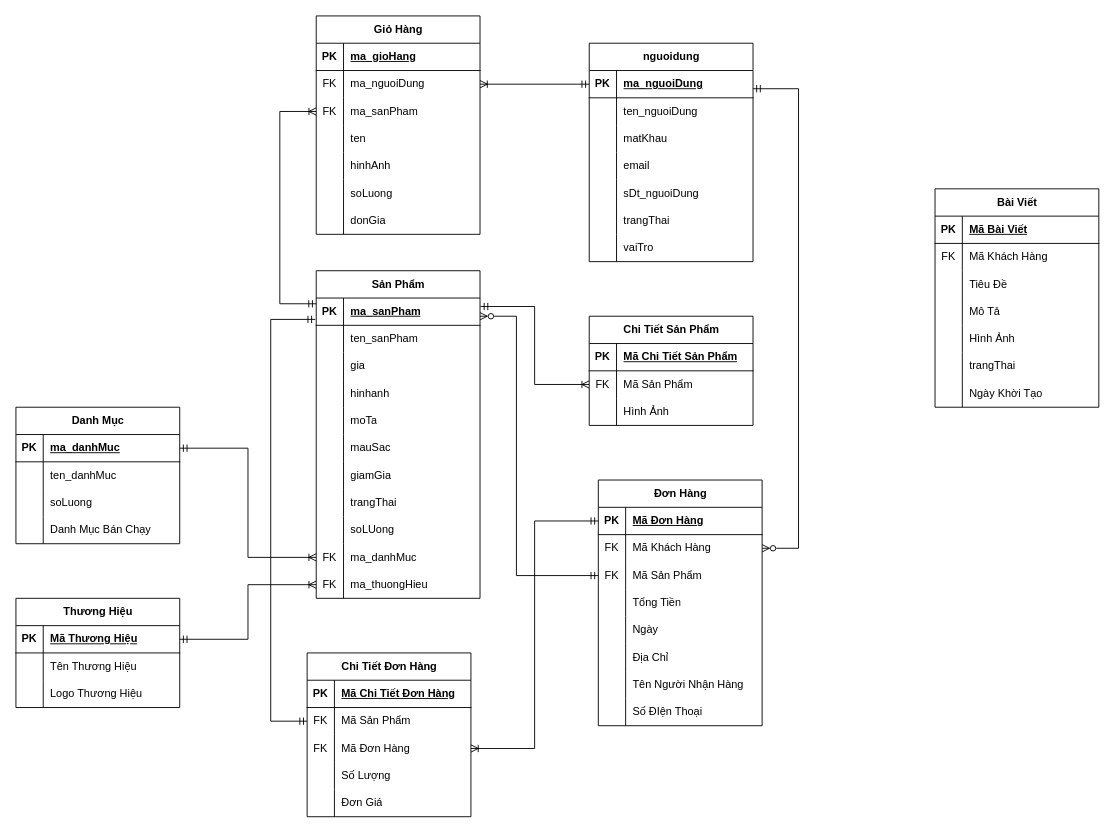
Earlier version of the draw.io diagram Untitled Diagram.drawio (Blion00/Blion00). Source tidied: cells renumbered, new cells numbered last; positions are measured from the earlier drawing's top-left corner, leaving out a move shared by most shapes. Both pictures are drawn from the tidied source at 91%, with x=0, y=0 at pixel (15, 15).
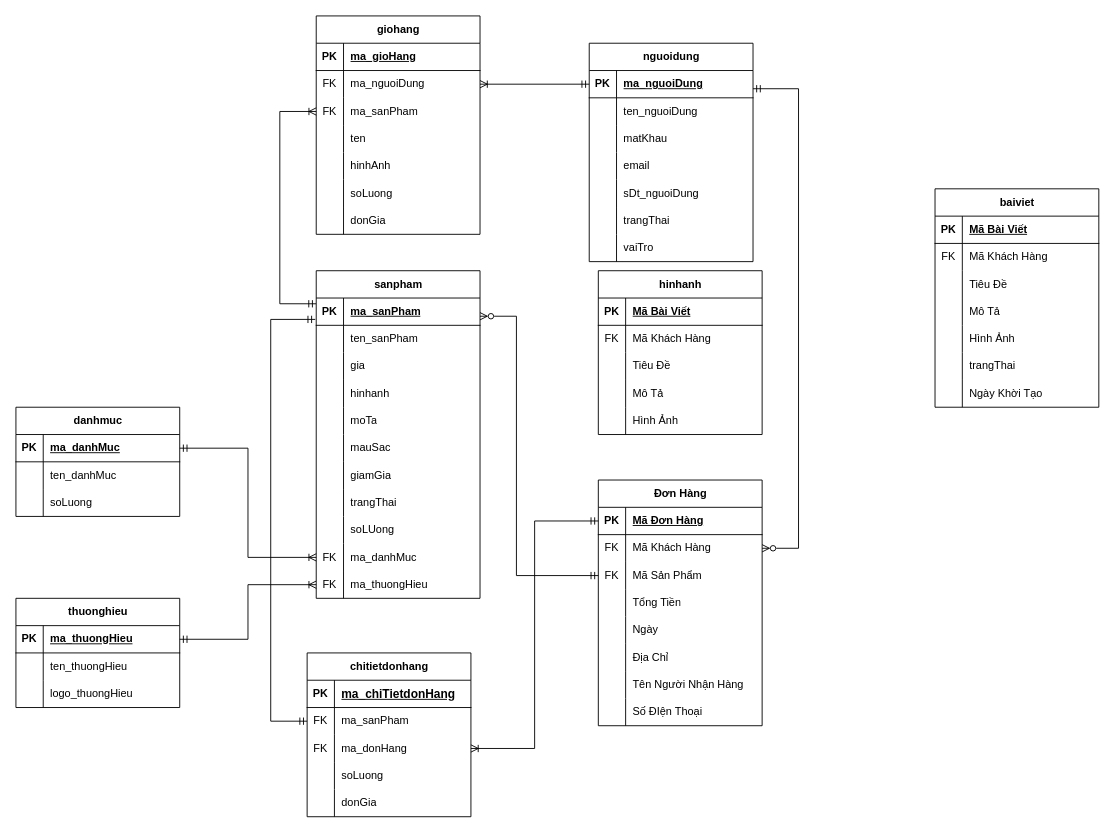
The same diagram, later.

The change refers to these unchanged cells:
```xml
<mxCell id="3" style="shape=tableRow;horizontal=0;startSize=0;swimlaneHead=0;swimlaneBody=0;fillColor=none;points=[[0,0.5],[1,0.5]];portConstraint=eastwest;top=0;left=0;right=0;bottom=1;" parent="2" vertex="1">
  <mxGeometry y="30" width="180" height="30" as="geometry" />
</mxCell>
<mxCell id="50" style="shape=tableRow;horizontal=0;startSize=0;swimlaneHead=0;swimlaneBody=0;fillColor=none;top=0;left=0;right=0;bottom=1;" parent="49" vertex="1">
  <mxGeometry y="30" width="180" height="30" as="geometry" />
</mxCell>
<mxCell id="53" style="shape=tableRow;horizontal=0;startSize=0;swimlaneHead=0;swimlaneBody=0;fillColor=none;points=[[0,0.5],[1,0.5]];portConstraint=eastwest;top=0;left=0;right=0;bottom=0;" parent="49" vertex="1">
  <mxGeometry y="60" width="180" height="30" as="geometry" />
</mxCell>
<mxCell id="56" style="shape=tableRow;horizontal=0;startSize=0;swimlaneHead=0;swimlaneBody=0;fillColor=none;points=[[0,0.5],[1,0.5]];portConstraint=eastwest;top=0;left=0;right=0;bottom=0;" parent="49" vertex="1">
  <mxGeometry y="90" width="180" height="30" as="geometry" />
</mxCell>
<mxCell id="59" style="shape=tableRow;horizontal=0;startSize=0;swimlaneHead=0;swimlaneBody=0;fillColor=none;top=0;left=0;right=0;bottom=0;" parent="49" vertex="1">
  <mxGeometry y="120" width="180" height="30" as="geometry" />
</mxCell>
<mxCell id="62" style="shape=tableRow;horizontal=0;startSize=0;swimlaneHead=0;swimlaneBody=0;fillColor=none;top=0;left=0;right=0;bottom=0;" parent="49" vertex="1">
  <mxGeometry y="150" width="180" height="30" as="geometry" />
</mxCell>
<mxCell id="162" style="shape=tableRow;horizontal=0;startSize=0;swimlaneHead=0;swimlaneBody=0;fillColor=none;points=[[0,0.5],[1,0.5]];portConstraint=eastwest;top=0;left=0;right=0;bottom=1;" parent="161" vertex="1">
  <mxGeometry y="30" width="180" height="30" as="geometry" />
</mxCell>
<mxCell id="165" style="shape=tableRow;horizontal=0;startSize=0;swimlaneHead=0;swimlaneBody=0;fillColor=none;top=0;left=0;right=0;bottom=0;" parent="161" vertex="1">
  <mxGeometry y="60" width="180" height="30" as="geometry" />
</mxCell>
<mxCell id="168" style="shape=tableRow;horizontal=0;startSize=0;swimlaneHead=0;swimlaneBody=0;fillColor=none;top=0;left=0;right=0;bottom=0;" parent="161" vertex="1">
  <mxGeometry y="90" width="180" height="30" as="geometry" />
</mxCell>
```

Change to the diagram source:
```diff
@@
-    <mxCell id="2" value="Sản Phẩm" style="shape=table;startSize=30;childLayout=tableLayout;rowLines=0;fontStyle=1;align=center;html=1;" parent="1" vertex="1">
+    <mxCell id="2" value="sanpham" style="shape=table;startSize=30;childLayout=tableLayout;rowLines=0;fontStyle=1;align=center;html=1;" parent="1" vertex="1">
       <mxGeometry x="330" y="280" width="180" height="360" as="geometry" />
     </mxCell>
@@
-    <mxCell id="36" value="Danh Mục" style="shape=table;startSize=30;childLayout=tableLayout;rowLines=0;fontStyle=1;align=center;html=1;" parent="1" vertex="1">
-      <mxGeometry y="430" width="180" height="150" as="geometry" />
+    <mxCell id="36" value="danhmuc" style="shape=table;startSize=30;childLayout=tableLayout;rowLines=0;fontStyle=1;align=center;html=1;" parent="1" vertex="1">
+      <mxGeometry y="430" width="180" height="120" as="geometry" />
     </mxCell>
@@
-    <mxCell id="46" style="shape=tableRow;horizontal=0;startSize=0;swimlaneHead=0;swimlaneBody=0;fillColor=none;top=0;left=0;right=0;bottom=0;" parent="36" vertex="1">
-      <mxGeometry y="120" width="180" height="30" as="geometry" />
-    </mxCell>
-    <mxCell id="47" style="shape=partialRectangle;fillColor=none;top=0;left=0;bottom=0;right=0;overflow=hidden;whiteSpace=wrap;html=1;" parent="46" vertex="1">
-      <mxGeometry width="30" height="30" as="geometry" />
-    </mxCell>
-    <mxCell id="48" value="Danh Mục Bán Chạy" style="shape=partialRectangle;fillColor=none;top=0;left=0;bottom=0;right=0;align=left;spacingLeft=6;overflow=hidden;whiteSpace=wrap;html=1;" parent="46" vertex="1">
-      <mxGeometry x="30" width="150" height="30" as="geometry" />
-    </mxCell>
-    <mxCell id="49" value="Chi Tiết Đơn Hàng" style="shape=table;startSize=30;childLayout=tableLayout;rowLines=0;fontStyle=1;align=center;html=1;" parent="1" vertex="1">
+    <mxCell id="49" value="chitietdonhang" style="shape=table;startSize=30;childLayout=tableLayout;rowLines=0;fontStyle=1;align=center;html=1;" parent="1" vertex="1">
       <mxGeometry x="320" y="700" width="180" height="180" as="geometry" />
     </mxCell>
@@
-    <mxCell id="52" value="Mã Chi Tiết Đơn Hàng" style="shape=partialRectangle;fillColor=none;top=0;left=0;bottom=0;right=0;align=left;spacingLeft=6;fontStyle=5;overflow=hidden;whiteSpace=wrap;html=1;" parent="50" vertex="1">
+    <mxCell id="52" value="&lt;span style=&quot;font-family: sans-serif; font-size: 13.12px; text-wrap-mode: nowrap; background-color: rgb(255, 255, 255);&quot;&gt;ma_chiTietdonHang&lt;/span&gt;" style="shape=partialRectangle;fillColor=none;top=0;left=0;bottom=0;right=0;align=left;spacingLeft=6;fontStyle=5;overflow=hidden;whiteSpace=wrap;html=1;" parent="50" vertex="1">
       <mxGeometry x="30" width="150" height="30" as="geometry" />
     </mxCell>
@@
-    <mxCell id="55" value="Mã Sản Phẩm" style="shape=partialRectangle;fillColor=none;top=0;left=0;bottom=0;right=0;align=left;spacingLeft=6;overflow=hidden;whiteSpace=wrap;html=1;" parent="53" vertex="1">
+    <mxCell id="55" value="ma_sanPham" style="shape=partialRectangle;fillColor=none;top=0;left=0;bottom=0;right=0;align=left;spacingLeft=6;overflow=hidden;whiteSpace=wrap;html=1;" parent="53" vertex="1">
       <mxGeometry x="30" width="150" height="30" as="geometry" />
     </mxCell>
@@
-    <mxCell id="58" value="Mã Đơn Hàng" style="shape=partialRectangle;fillColor=none;top=0;left=0;bottom=0;right=0;align=left;spacingLeft=6;overflow=hidden;whiteSpace=wrap;html=1;" parent="56" vertex="1">
+    <mxCell id="58" value="ma_donHang" style="shape=partialRectangle;fillColor=none;top=0;left=0;bottom=0;right=0;align=left;spacingLeft=6;overflow=hidden;whiteSpace=wrap;html=1;" parent="56" vertex="1">
       <mxGeometry x="30" width="150" height="30" as="geometry" />
     </mxCell>
@@
-    <mxCell id="61" value="Số Lượng" style="shape=partialRectangle;fillColor=none;top=0;left=0;bottom=0;right=0;align=left;spacingLeft=6;overflow=hidden;whiteSpace=wrap;html=1;" parent="59" vertex="1">
+    <mxCell id="61" value="soLuong" style="shape=partialRectangle;fillColor=none;top=0;left=0;bottom=0;right=0;align=left;spacingLeft=6;overflow=hidden;whiteSpace=wrap;html=1;" parent="59" vertex="1">
       <mxGeometry x="30" width="150" height="30" as="geometry" />
     </mxCell>
@@
-    <mxCell id="64" value="Đơn Giá" style="shape=partialRectangle;fillColor=none;top=0;left=0;bottom=0;right=0;align=left;spacingLeft=6;overflow=hidden;whiteSpace=wrap;html=1;" parent="62" vertex="1">
+    <mxCell id="64" value="donGia" style="shape=partialRectangle;fillColor=none;top=0;left=0;bottom=0;right=0;align=left;spacingLeft=6;overflow=hidden;whiteSpace=wrap;html=1;" parent="62" vertex="1">
       <mxGeometry x="30" width="150" height="30" as="geometry" />
     </mxCell>
@@
-    <mxCell id="87" value="Giỏ Hàng" style="shape=table;startSize=30;childLayout=tableLayout;rowLines=0;fontStyle=1;align=center;html=1;" parent="1" vertex="1">
+    <mxCell id="87" value="giohang" style="shape=table;startSize=30;childLayout=tableLayout;rowLines=0;fontStyle=1;align=center;html=1;" parent="1" vertex="1">
       <mxGeometry x="330" width="180" height="240" as="geometry" />
     </mxCell>
@@
-    <mxCell id="139" value="Bài Viết" style="shape=table;startSize=30;childLayout=tableLayout;rowLines=0;fontStyle=1;align=center;html=1;" parent="1" vertex="1">
+    <mxCell id="139" value="baiviet" style="shape=table;startSize=30;childLayout=tableLayout;rowLines=0;fontStyle=1;align=center;html=1;" parent="1" vertex="1">
       <mxGeometry x="1010" y="190" width="180" height="240" as="geometry" />
     </mxCell>
@@
-    <mxCell id="161" value="Thương Hiệu" style="shape=table;startSize=30;childLayout=tableLayout;rowLines=0;fontStyle=1;align=center;html=1;" parent="1" vertex="1">
+    <mxCell id="161" value="thuonghieu" style="shape=table;startSize=30;childLayout=tableLayout;rowLines=0;fontStyle=1;align=center;html=1;" parent="1" vertex="1">
       <mxGeometry y="640" width="180" height="120" as="geometry" />
     </mxCell>
@@
-    <mxCell id="164" value="Mã Thương Hiệu" style="shape=partialRectangle;fillColor=none;top=0;left=0;bottom=0;right=0;align=left;spacingLeft=6;fontStyle=5;overflow=hidden;whiteSpace=wrap;html=1;" parent="162" vertex="1">
+    <mxCell id="164" value="ma_thuongHieu" style="shape=partialRectangle;fillColor=none;top=0;left=0;bottom=0;right=0;align=left;spacingLeft=6;fontStyle=5;overflow=hidden;whiteSpace=wrap;html=1;" parent="162" vertex="1">
       <mxGeometry x="30" width="150" height="30" as="geometry" />
     </mxCell>
@@
-    <mxCell id="167" value="Tên Thương Hiệu" style="shape=partialRectangle;fillColor=none;top=0;left=0;bottom=0;right=0;align=left;spacingLeft=6;overflow=hidden;whiteSpace=wrap;html=1;" parent="165" vertex="1">
+    <mxCell id="167" value="ten_thuongHieu" style="shape=partialRectangle;fillColor=none;top=0;left=0;bottom=0;right=0;align=left;spacingLeft=6;overflow=hidden;whiteSpace=wrap;html=1;" parent="165" vertex="1">
       <mxGeometry x="30" width="150" height="30" as="geometry" />
     </mxCell>
@@
-    <mxCell id="170" value="Logo Thương Hiệu" style="shape=partialRectangle;fillColor=none;top=0;left=0;bottom=0;right=0;align=left;spacingLeft=6;overflow=hidden;whiteSpace=wrap;html=1;" parent="168" vertex="1">
+    <mxCell id="170" value="logo_thuongHieu" style="shape=partialRectangle;fillColor=none;top=0;left=0;bottom=0;right=0;align=left;spacingLeft=6;overflow=hidden;whiteSpace=wrap;html=1;" parent="168" vertex="1">
       <mxGeometry x="30" width="150" height="30" as="geometry" />
     </mxCell>
-    <mxCell id="171" style="rounded=0;jettySize=auto;html=1;exitX=0;exitY=0.5;exitDx=0;exitDy=0;startArrow=ERoneToMany;startFill=0;endArrow=ERmandOne;endFill=0;edgeStyle=orthogonalEdgeStyle;entryX=1.003;entryY=0.31;entryDx=0;entryDy=0;entryPerimeter=0;" parent="1" edge="1" source="179" target="3">
-      <mxGeometry relative="1" as="geometry" />
-    </mxCell>
@@
-    <mxCell id="175" value="Chi Tiết Sản Phẩm" style="shape=table;startSize=30;childLayout=tableLayout;rowLines=0;fontStyle=1;align=center;html=1;" parent="1" vertex="1">
-      <mxGeometry x="630" y="330" width="180" height="120" as="geometry" />
-    </mxCell>
+    <mxCell id="185" value="hinhanh" style="shape=table;startSize=30;childLayout=tableLayout;rowLines=0;fontStyle=1;align=center;html=1;" parent="1" vertex="1">
+      <mxGeometry x="640" y="280" width="180" height="180" as="geometry" />
+    </mxCell>
-    <mxCell id="176" style="shape=tableRow;horizontal=0;startSize=0;swimlaneHead=0;swimlaneBody=0;fillColor=none;top=0;left=0;right=0;bottom=1;" parent="175" vertex="1">
+    <mxCell id="176" style="shape=tableRow;horizontal=0;startSize=0;swimlaneHead=0;swimlaneBody=0;fillColor=none;top=0;left=0;right=0;bottom=1;" parent="185" vertex="1">
       <mxGeometry y="30" width="180" height="30" as="geometry" />
     </mxCell>
@@
-    <mxCell id="178" value="Mã Chi Tiết Sản Phẩm" style="shape=partialRectangle;fillColor=none;top=0;left=0;bottom=0;right=0;align=left;spacingLeft=6;fontStyle=5;overflow=hidden;whiteSpace=wrap;html=1;" parent="176" vertex="1">
-      <mxGeometry x="30" width="150" height="30" as="geometry" />
-    </mxCell>
+    <mxCell id="186" value="Mã Bài Viết" style="shape=partialRectangle;fillColor=none;top=0;left=0;bottom=0;right=0;align=left;spacingLeft=6;fontStyle=5;overflow=hidden;whiteSpace=wrap;html=1;" parent="176" vertex="1">
+      <mxGeometry x="30" width="150" height="30" as="geometry" />
+    </mxCell>
-    <mxCell id="179" style="shape=tableRow;horizontal=0;startSize=0;swimlaneHead=0;swimlaneBody=0;fillColor=none;points=[[0,0.5],[1,0.5]];portConstraint=eastwest;top=0;left=0;right=0;bottom=0;" parent="175" vertex="1">
+    <mxCell id="179" style="shape=tableRow;horizontal=0;startSize=0;swimlaneHead=0;swimlaneBody=0;fillColor=none;points=[[0,0.5],[1,0.5]];portConstraint=eastwest;top=0;left=0;right=0;bottom=0;" parent="185" vertex="1">
       <mxGeometry y="60" width="180" height="30" as="geometry" />
     </mxCell>
@@
-    <mxCell id="181" value="Mã Sản Phẩm" style="shape=partialRectangle;fillColor=none;top=0;left=0;bottom=0;right=0;align=left;spacingLeft=6;overflow=hidden;whiteSpace=wrap;html=1;" parent="179" vertex="1">
-      <mxGeometry x="30" width="150" height="30" as="geometry" />
-    </mxCell>
+    <mxCell id="187" value="Mã Khách Hàng" style="shape=partialRectangle;fillColor=none;top=0;left=0;bottom=0;right=0;align=left;spacingLeft=6;overflow=hidden;whiteSpace=wrap;html=1;" parent="179" vertex="1">
+      <mxGeometry x="30" width="150" height="30" as="geometry" />
+    </mxCell>
-    <mxCell id="182" style="shape=tableRow;horizontal=0;startSize=0;swimlaneHead=0;swimlaneBody=0;fillColor=none;top=0;left=0;right=0;bottom=0;" parent="175" vertex="1">
+    <mxCell id="182" style="shape=tableRow;horizontal=0;startSize=0;swimlaneHead=0;swimlaneBody=0;fillColor=none;top=0;left=0;right=0;bottom=0;" parent="185" vertex="1">
       <mxGeometry y="90" width="180" height="30" as="geometry" />
     </mxCell>
-    <mxCell id="183" style="shape=partialRectangle;fillColor=none;top=0;left=0;bottom=0;right=0;overflow=hidden;whiteSpace=wrap;html=1;" parent="182" vertex="1">
-      <mxGeometry width="30" height="30" as="geometry" />
-    </mxCell>
+    <mxCell id="188" style="shape=partialRectangle;fillColor=none;top=0;left=0;bottom=0;right=0;overflow=hidden;whiteSpace=wrap;html=1;" parent="182" vertex="1">
+      <mxGeometry width="30" height="30" as="geometry" />
+    </mxCell>
+    <mxCell id="189" value="Tiêu Đề" style="shape=partialRectangle;fillColor=none;top=0;left=0;bottom=0;right=0;align=left;spacingLeft=6;overflow=hidden;whiteSpace=wrap;html=1;" parent="182" vertex="1">
+      <mxGeometry x="30" width="150" height="30" as="geometry" />
+    </mxCell>
+    <mxCell id="46" style="shape=tableRow;horizontal=0;startSize=0;swimlaneHead=0;swimlaneBody=0;fillColor=none;top=0;left=0;right=0;bottom=0;" parent="185" vertex="1">
+      <mxGeometry y="120" width="180" height="30" as="geometry" />
+    </mxCell>
+    <mxCell id="190" style="shape=partialRectangle;fillColor=none;top=0;left=0;bottom=0;right=0;overflow=hidden;whiteSpace=wrap;html=1;" parent="46" vertex="1">
+      <mxGeometry width="30" height="30" as="geometry" />
+    </mxCell>
+    <mxCell id="191" value="Mô Tả" style="shape=partialRectangle;fillColor=none;top=0;left=0;bottom=0;right=0;align=left;spacingLeft=6;overflow=hidden;whiteSpace=wrap;html=1;" parent="46" vertex="1">
+      <mxGeometry x="30" width="150" height="30" as="geometry" />
+    </mxCell>
+    <mxCell id="192" style="shape=tableRow;horizontal=0;startSize=0;swimlaneHead=0;swimlaneBody=0;fillColor=none;top=0;left=0;right=0;bottom=0;" parent="185" vertex="1">
+      <mxGeometry y="150" width="180" height="30" as="geometry" />
+    </mxCell>
+    <mxCell id="193" style="shape=partialRectangle;fillColor=none;top=0;left=0;bottom=0;right=0;overflow=hidden;whiteSpace=wrap;html=1;" parent="192" vertex="1">
+      <mxGeometry width="30" height="30" as="geometry" />
+    </mxCell>
-    <mxCell id="184" value="Hình Ảnh" style="shape=partialRectangle;fillColor=none;top=0;left=0;bottom=0;right=0;align=left;spacingLeft=6;overflow=hidden;whiteSpace=wrap;html=1;" parent="182" vertex="1">
+    <mxCell id="184" value="Hình Ảnh" style="shape=partialRectangle;fillColor=none;top=0;left=0;bottom=0;right=0;align=left;spacingLeft=6;overflow=hidden;whiteSpace=wrap;html=1;" parent="192" vertex="1">
       <mxGeometry x="30" width="150" height="30" as="geometry" />
     </mxCell>
```
